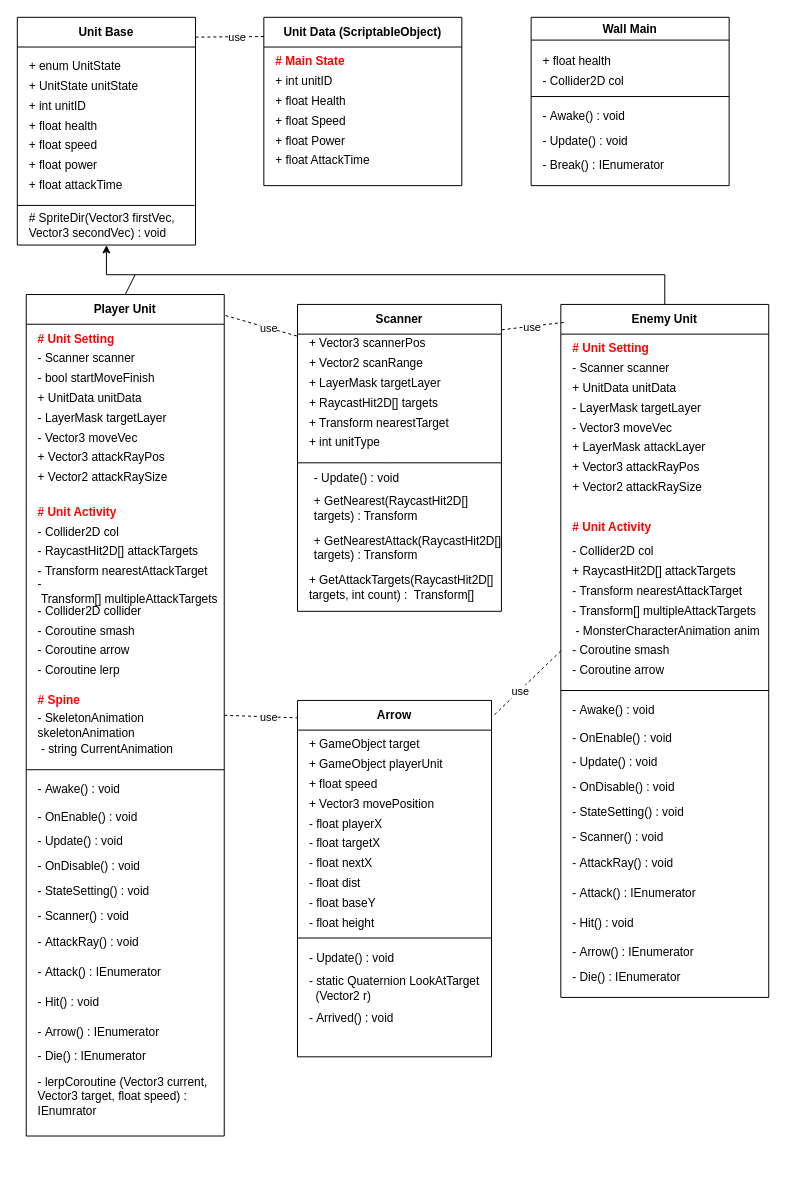
Above: page "Battle" (2 of 3) of Project_CSD.drawio in YJU-Capstone-Design/Capstone-Design (draw.io), before the change. Source tidied: cells renumbered, new cells numbered last; positions are measured from the earlier drawing's top-left corner, leaving out a move shared by most shapes. Both pictures are drawn from the tidied source at 99%, with x=0, y=0 at pixel (17, 17).
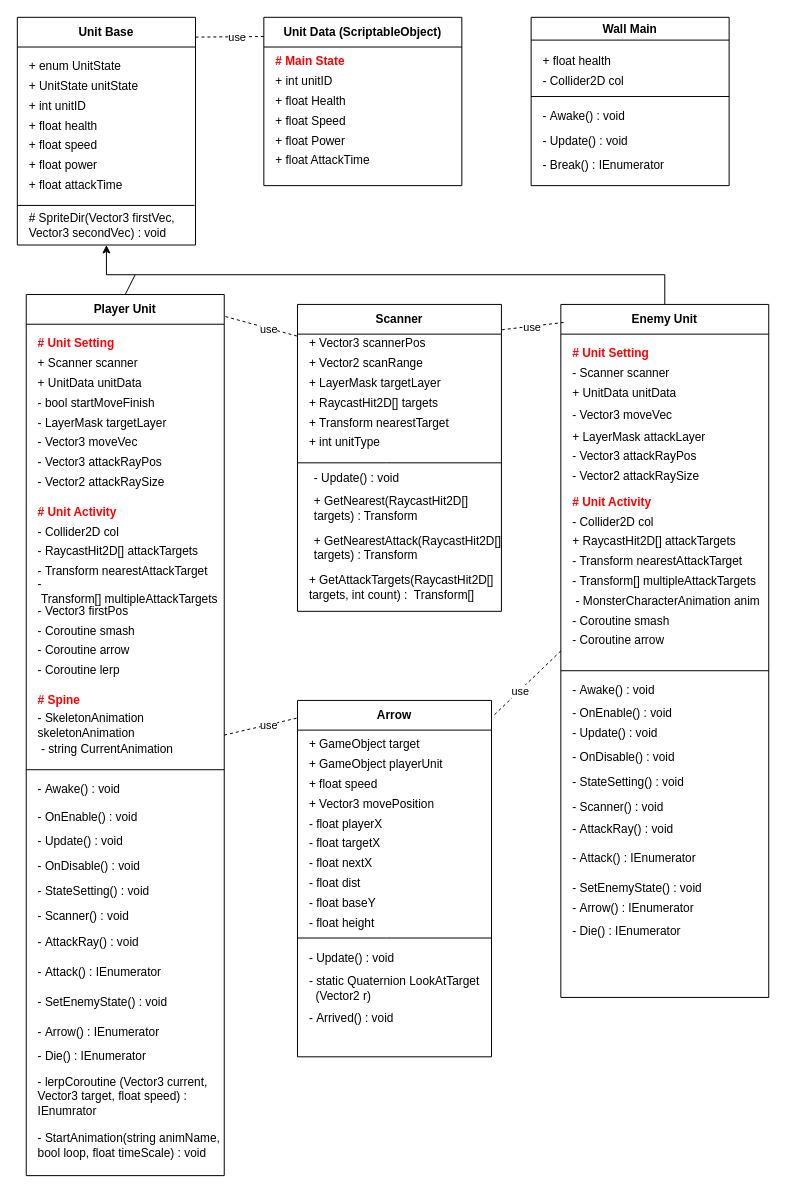
The same page after the edit.

The change refers to these unchanged cells:
```xml
<mxCell id="47" value="Enemy Unit" style="swimlane;whiteSpace=wrap;html=1;startSize=30;" parent="1" vertex="1">
  <mxGeometry x="549" y="290" width="210" height="700" as="geometry" />
</mxCell>
```

The edit, as a diff of the source:
```diff
@@
     <mxCell id="12" value="Player Unit" style="swimlane;whiteSpace=wrap;html=1;startSize=30;" parent="1" vertex="1">
-      <mxGeometry x="9" y="280" width="200" height="850" as="geometry" />
+      <mxGeometry x="9" y="280" width="200" height="890" as="geometry" />
     </mxCell>
-    <mxCell id="13" value="- Scanner scanner" style="text;html=1;align=left;verticalAlign=middle;whiteSpace=wrap;rounded=0;" parent="12" vertex="1">
-      <mxGeometry x="10" y="50" width="120" height="30" as="geometry" />
+    <mxCell id="13" value="+ Scanner scanner" style="text;html=1;align=left;verticalAlign=middle;whiteSpace=wrap;rounded=0;" parent="12" vertex="1">
+      <mxGeometry x="10" y="60" width="120" height="20" as="geometry" />
     </mxCell>
     <mxCell id="14" value="- LayerMask targetLayer" style="text;html=1;align=left;verticalAlign=middle;whiteSpace=wrap;rounded=0;" parent="12" vertex="1">
-      <mxGeometry x="10" y="110" width="150" height="30" as="geometry" />
+      <mxGeometry x="10" y="120" width="150" height="20" as="geometry" />
     </mxCell>
     <mxCell id="15" value="- Vector3 moveVec" style="text;html=1;align=left;verticalAlign=middle;whiteSpace=wrap;rounded=0;" parent="12" vertex="1">
-      <mxGeometry x="10" y="130" width="120" height="30" as="geometry" />
+      <mxGeometry x="10" y="140" width="120" height="20" as="geometry" />
     </mxCell>
-    <mxCell id="16" value="+ Vector3 attackRayPos" style="text;html=1;align=left;verticalAlign=middle;whiteSpace=wrap;rounded=0;" parent="12" vertex="1">
-      <mxGeometry x="10" y="150" width="140" height="30" as="geometry" />
+    <mxCell id="16" value="- Vector3 attackRayPos" style="text;html=1;align=left;verticalAlign=middle;whiteSpace=wrap;rounded=0;" parent="12" vertex="1">
+      <mxGeometry x="10" y="160" width="140" height="20" as="geometry" />
     </mxCell>
-    <mxCell id="17" value="+ Vector2 attackRaySize" style="text;html=1;align=left;verticalAlign=middle;whiteSpace=wrap;rounded=0;" parent="12" vertex="1">
-      <mxGeometry x="10" y="170" width="150" height="30" as="geometry" />
+    <mxCell id="17" value="- Vector2 attackRaySize" style="text;html=1;align=left;verticalAlign=middle;whiteSpace=wrap;rounded=0;" parent="12" vertex="1">
+      <mxGeometry x="10" y="180" width="150" height="20" as="geometry" />
     </mxCell>
-    <mxCell id="18" value="- bool startMoveFinish" style="text;html=1;align=left;verticalAlign=middle;whiteSpace=wrap;rounded=0;" parent="12" vertex="1">
-      <mxGeometry x="10" y="70" width="140" height="30" as="geometry" />
-    </mxCell>
     <mxCell id="19" value="&lt;div&gt;+ UnitData unitData&lt;/div&gt;" style="text;html=1;align=left;verticalAlign=middle;whiteSpace=wrap;rounded=0;" parent="12" vertex="1">
-      <mxGeometry x="10" y="90" width="140" height="30" as="geometry" />
+      <mxGeometry x="10" y="80" width="140" height="20" as="geometry" />
     </mxCell>
@@
     <mxCell id="22" value="# Unit Setting" style="text;html=1;align=left;verticalAlign=middle;whiteSpace=wrap;rounded=0;fontStyle=1;fontColor=#FF0000;" parent="12" vertex="1">
-      <mxGeometry x="10" y="30" width="120" height="30" as="geometry" />
+      <mxGeometry x="10" y="40" width="120" height="20" as="geometry" />
     </mxCell>
@@
-    <mxCell id="38" value="-&amp;nbsp;Collider2D collider" style="text;html=1;align=left;verticalAlign=middle;whiteSpace=wrap;rounded=0;" parent="12" vertex="1">
+    <mxCell id="38" value="-&amp;nbsp;Vector3 firstPos" style="text;html=1;align=left;verticalAlign=middle;whiteSpace=wrap;rounded=0;" parent="12" vertex="1">
       <mxGeometry x="10" y="310" width="150" height="20" as="geometry" />
     </mxCell>
@@
-    <mxCell id="44" value="- Hit() : void" style="text;html=1;align=left;verticalAlign=middle;whiteSpace=wrap;rounded=0;" parent="12" vertex="1">
+    <mxCell id="44" value="- SetEnemyState() : void" style="text;html=1;align=left;verticalAlign=middle;whiteSpace=wrap;rounded=0;" parent="12" vertex="1">
       <mxGeometry x="10" y="705" width="150" height="20" as="geometry" />
     </mxCell>
@@
+    <mxCell id="18" value="- bool startMoveFinish" style="text;html=1;align=left;verticalAlign=middle;whiteSpace=wrap;rounded=0;" parent="12" vertex="1">
+      <mxGeometry x="10" y="100" width="140" height="20" as="geometry" />
+    </mxCell>
+    <mxCell id="128" value="-&amp;nbsp;StartAnimation(string animName, bool loop, float timeScale) : void" style="text;html=1;align=left;verticalAlign=middle;whiteSpace=wrap;rounded=0;" parent="12" vertex="1">
+      <mxGeometry x="10" y="835" width="190" height="50" as="geometry" />
+    </mxCell>
@@
     <mxCell id="48" value="- Scanner scanner" style="text;html=1;align=left;verticalAlign=middle;whiteSpace=wrap;rounded=0;" parent="47" vertex="1">
-      <mxGeometry x="10" y="50" width="120" height="30" as="geometry" />
+      <mxGeometry x="10" y="60" width="120" height="20" as="geometry" />
     </mxCell>
-    <mxCell id="49" value="- LayerMask targetLayer" style="text;html=1;align=left;verticalAlign=middle;whiteSpace=wrap;rounded=0;" parent="47" vertex="1">
-      <mxGeometry x="10" y="90" width="150" height="30" as="geometry" />
-    </mxCell>
     <mxCell id="50" value="- Vector3 moveVec" style="text;html=1;align=left;verticalAlign=middle;whiteSpace=wrap;rounded=0;" parent="47" vertex="1">
-      <mxGeometry x="10" y="110" width="120" height="30" as="geometry" />
+      <mxGeometry x="10" y="100" width="120" height="23.5" as="geometry" />
     </mxCell>
-    <mxCell id="51" value="+ Vector3 attackRayPos" style="text;html=1;align=left;verticalAlign=middle;whiteSpace=wrap;rounded=0;" parent="47" vertex="1">
-      <mxGeometry x="10" y="150" width="140" height="30" as="geometry" />
+    <mxCell id="51" value="- Vector3 attackRayPos" style="text;html=1;align=left;verticalAlign=middle;whiteSpace=wrap;rounded=0;" parent="47" vertex="1">
+      <mxGeometry x="10" y="143.5" width="140" height="20" as="geometry" />
     </mxCell>
-    <mxCell id="52" value="+ Vector2 attackRaySize" style="text;html=1;align=left;verticalAlign=middle;whiteSpace=wrap;rounded=0;" parent="47" vertex="1">
-      <mxGeometry x="10" y="170" width="150" height="30" as="geometry" />
+    <mxCell id="52" value="- Vector2 attackRaySize" style="text;html=1;align=left;verticalAlign=middle;whiteSpace=wrap;rounded=0;" parent="47" vertex="1">
+      <mxGeometry x="10" y="163.5" width="150" height="20" as="geometry" />
     </mxCell>
     <mxCell id="53" value="&lt;div&gt;+ UnitData unitData&lt;/div&gt;" style="text;html=1;align=left;verticalAlign=middle;whiteSpace=wrap;rounded=0;" parent="47" vertex="1">
-      <mxGeometry x="10" y="70" width="140" height="30" as="geometry" />
+      <mxGeometry x="10" y="80" width="140" height="20" as="geometry" />
     </mxCell>
     <mxCell id="54" value="-&amp;nbsp;Collider2D col" style="text;html=1;align=left;verticalAlign=middle;whiteSpace=wrap;rounded=0;" parent="47" vertex="1">
-      <mxGeometry x="10" y="240" width="170" height="20" as="geometry" />
+      <mxGeometry x="10" y="210" width="170" height="20" as="geometry" />
     </mxCell>
     <mxCell id="55" value="+&amp;nbsp;RaycastHit2D[] attackTargets" style="text;html=1;align=left;verticalAlign=middle;whiteSpace=wrap;rounded=0;" parent="47" vertex="1">
-      <mxGeometry x="10" y="260" width="180" height="20" as="geometry" />
+      <mxGeometry x="10" y="230" width="180" height="20" as="geometry" />
     </mxCell>
     <mxCell id="56" value="# Unit Setting" style="text;html=1;align=left;verticalAlign=middle;whiteSpace=wrap;rounded=0;fontStyle=1;fontColor=#FF0000;" parent="47" vertex="1">
-      <mxGeometry x="10" y="30" width="120" height="30" as="geometry" />
+      <mxGeometry x="10" y="40" width="120" height="20" as="geometry" />
     </mxCell>
     <mxCell id="57" value="# Unit Activity" style="text;html=1;align=left;verticalAlign=middle;whiteSpace=wrap;rounded=0;fontStyle=1;fontColor=#FF0000;" parent="47" vertex="1">
-      <mxGeometry x="10" y="210" width="120" height="30" as="geometry" />
+      <mxGeometry x="10" y="190" width="120" height="20" as="geometry" />
     </mxCell>
     <mxCell id="58" value="+&amp;nbsp;LayerMask attackLayer" style="text;html=1;align=left;verticalAlign=middle;whiteSpace=wrap;rounded=0;" parent="47" vertex="1">
-      <mxGeometry x="10" y="130" width="140" height="30" as="geometry" />
+      <mxGeometry x="10" y="123.5" width="140" height="20" as="geometry" />
     </mxCell>
     <mxCell id="59" value="- Die()&amp;nbsp;: IEnumerator" style="text;html=1;align=left;verticalAlign=middle;whiteSpace=wrap;rounded=0;" parent="47" vertex="1">
-      <mxGeometry x="10" y="665" width="150" height="30" as="geometry" />
+      <mxGeometry x="10" y="620" width="150" height="25" as="geometry" />
     </mxCell>
     <mxCell id="60" value="-&amp;nbsp;Awake() : void" style="text;html=1;align=left;verticalAlign=middle;whiteSpace=wrap;rounded=0;" parent="47" vertex="1">
-      <mxGeometry x="10" y="400" width="150" height="20" as="geometry" />
+      <mxGeometry x="10" y="380" width="150" height="20" as="geometry" />
     </mxCell>
     <mxCell id="61" value="-&amp;nbsp;OnEnable() : void" style="text;html=1;align=left;verticalAlign=middle;whiteSpace=wrap;rounded=0;" parent="47" vertex="1">
-      <mxGeometry x="10" y="425" width="150" height="25" as="geometry" />
+      <mxGeometry x="10" y="400" width="150" height="25" as="geometry" />
     </mxCell>
     <mxCell id="62" value="-&amp;nbsp;Update() : void" style="text;html=1;align=left;verticalAlign=middle;whiteSpace=wrap;rounded=0;" parent="47" vertex="1">
-      <mxGeometry x="10" y="450" width="150" height="25" as="geometry" />
+      <mxGeometry x="10" y="420" width="150" height="25" as="geometry" />
     </mxCell>
     <mxCell id="63" value="-&amp;nbsp;StateSetting() : void" style="text;html=1;align=left;verticalAlign=middle;whiteSpace=wrap;rounded=0;" parent="47" vertex="1">
-      <mxGeometry x="10" y="500" width="150" height="25" as="geometry" />
+      <mxGeometry x="10" y="470" width="150" height="25" as="geometry" />
     </mxCell>
     <mxCell id="64" value="-&amp;nbsp;Scanner()&amp;nbsp;: void" style="text;html=1;align=left;verticalAlign=middle;whiteSpace=wrap;rounded=0;" parent="47" vertex="1">
-      <mxGeometry x="10" y="525" width="150" height="25" as="geometry" />
+      <mxGeometry x="10" y="495" width="150" height="25" as="geometry" />
     </mxCell>
     <mxCell id="65" value="-&amp;nbsp;AttackRay()&amp;nbsp;: void" style="text;html=1;align=left;verticalAlign=middle;whiteSpace=wrap;rounded=0;" parent="47" vertex="1">
-      <mxGeometry x="10" y="555" width="150" height="20" as="geometry" />
+      <mxGeometry x="10" y="520" width="150" height="20" as="geometry" />
     </mxCell>
     <mxCell id="66" value="-&amp;nbsp;Attack()&amp;nbsp;: IEnumerator" style="text;html=1;align=left;verticalAlign=middle;whiteSpace=wrap;rounded=0;" parent="47" vertex="1">
-      <mxGeometry x="10" y="585" width="150" height="20" as="geometry" />
+      <mxGeometry x="10" y="550" width="150" height="20" as="geometry" />
     </mxCell>
     <mxCell id="67" value="-&amp;nbsp;Arrow()&amp;nbsp;: IEnumerator" style="text;html=1;align=left;verticalAlign=middle;whiteSpace=wrap;rounded=0;" parent="47" vertex="1">
-      <mxGeometry x="10" y="645" width="150" height="20" as="geometry" />
+      <mxGeometry x="10" y="600" width="150" height="20" as="geometry" />
     </mxCell>
-    <mxCell id="68" value="- Hit() : void" style="text;html=1;align=left;verticalAlign=middle;whiteSpace=wrap;rounded=0;" parent="47" vertex="1">
-      <mxGeometry x="10" y="615" width="150" height="20" as="geometry" />
+    <mxCell id="68" value="- SetEnemyState() : void" style="text;html=1;align=left;verticalAlign=middle;whiteSpace=wrap;rounded=0;" parent="47" vertex="1">
+      <mxGeometry x="10" y="580" width="150" height="20" as="geometry" />
     </mxCell>
     <mxCell id="69" value="-&amp;nbsp;OnDisable() : void" style="text;html=1;align=left;verticalAlign=middle;whiteSpace=wrap;rounded=0;" parent="47" vertex="1">
-      <mxGeometry x="10" y="475" width="150" height="25" as="geometry" />
+      <mxGeometry x="10" y="445" width="150" height="25" as="geometry" />
     </mxCell>
     <mxCell id="70" value="-&amp;nbsp;Transform nearestAttackTarget" style="text;html=1;align=left;verticalAlign=middle;whiteSpace=wrap;rounded=0;" parent="47" vertex="1">
-      <mxGeometry x="10" y="280" width="180" height="20" as="geometry" />
+      <mxGeometry x="10" y="250" width="180" height="20" as="geometry" />
     </mxCell>
     <mxCell id="71" value="-&amp;nbsp;Transform[] multipleAttackTargets" style="text;html=1;align=left;verticalAlign=middle;whiteSpace=wrap;rounded=0;" parent="47" vertex="1">
-      <mxGeometry x="10" y="300" width="200" height="20" as="geometry" />
+      <mxGeometry x="10" y="270" width="200" height="20" as="geometry" />
     </mxCell>
     <mxCell id="72" value="&amp;nbsp;-&amp;nbsp;MonsterCharacterAnimation anim" style="text;html=1;align=left;verticalAlign=middle;whiteSpace=wrap;rounded=0;" parent="47" vertex="1">
-      <mxGeometry x="10" y="320" width="200" height="20" as="geometry" />
+      <mxGeometry x="10" y="290" width="200" height="20" as="geometry" />
     </mxCell>
     <mxCell id="73" value="-&amp;nbsp;Coroutine smash" style="text;html=1;align=left;verticalAlign=middle;whiteSpace=wrap;rounded=0;" parent="47" vertex="1">
-      <mxGeometry x="10" y="340" width="180" height="20" as="geometry" />
+      <mxGeometry x="10" y="310" width="180" height="20" as="geometry" />
     </mxCell>
     <mxCell id="74" value="-&amp;nbsp;Coroutine arrow" style="text;html=1;align=left;verticalAlign=middle;whiteSpace=wrap;rounded=0;" parent="47" vertex="1">
-      <mxGeometry x="10" y="360" width="180" height="20" as="geometry" />
+      <mxGeometry x="10" y="330" width="180" height="20" as="geometry" />
     </mxCell>
     <mxCell id="75" style="endArrow=none;html=1;rounded=0;entryX=0;entryY=0.5;entryDx=0;entryDy=0;exitX=1;exitY=0.5;exitDx=0;exitDy=0;" parent="47" edge="1">
       <mxGeometry relative="1" as="geometry">
-        <mxPoint x="210" y="390" as="sourcePoint" />
-        <mxPoint y="390" as="targetPoint" />
+        <mxPoint x="210" y="370" as="sourcePoint" />
+        <mxPoint y="370" as="targetPoint" />
       </mxGeometry>
     </mxCell>
```
